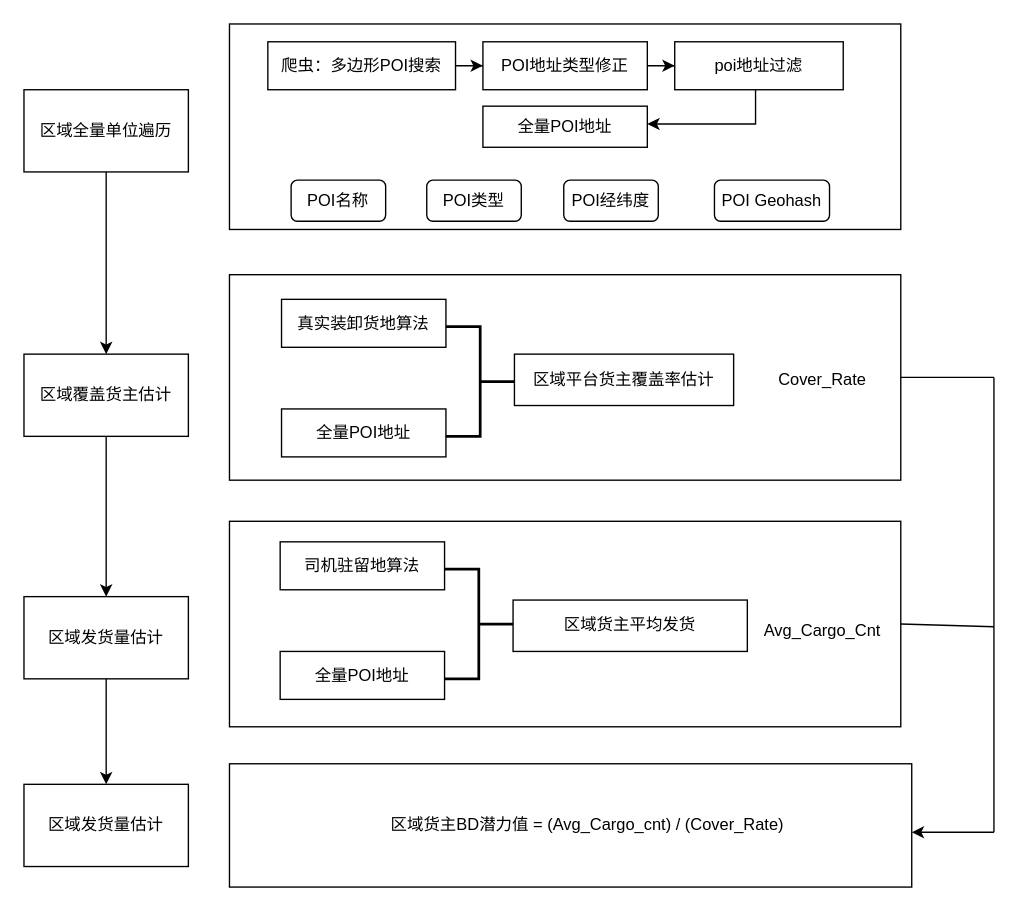
Above: 未命名绘图.drawio in zhujinqiu/2021_TaiDi_C (draw.io), before the change. Source tidied: cells renumbered, new cells numbered last; positions are measured from the earlier drawing's top-left corner, leaving out a move shared by most shapes. Both pictures are drawn from the tidied source at 137%, with x=0, y=0 at pixel (23, 23).
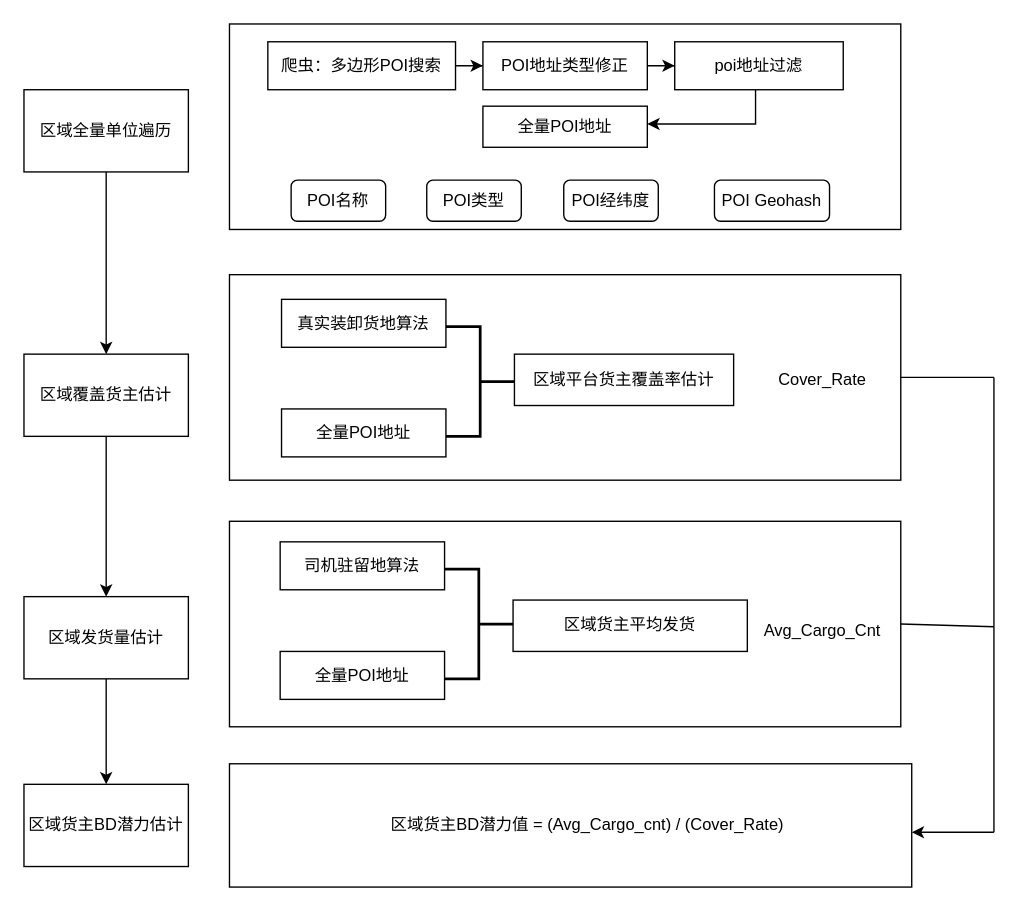
The same page after the edit.

What changed in the source:
```diff
@@
-    <mxCell id="30" value="区域发货量估计" style="whiteSpace=wrap;html=1;" parent="1" vertex="1">
+    <mxCell id="30" value="区域货主BD潜力估计" style="whiteSpace=wrap;html=1;" parent="1" vertex="1">
       <mxGeometry y="555" width="120" height="60" as="geometry" />
     </mxCell>
```
